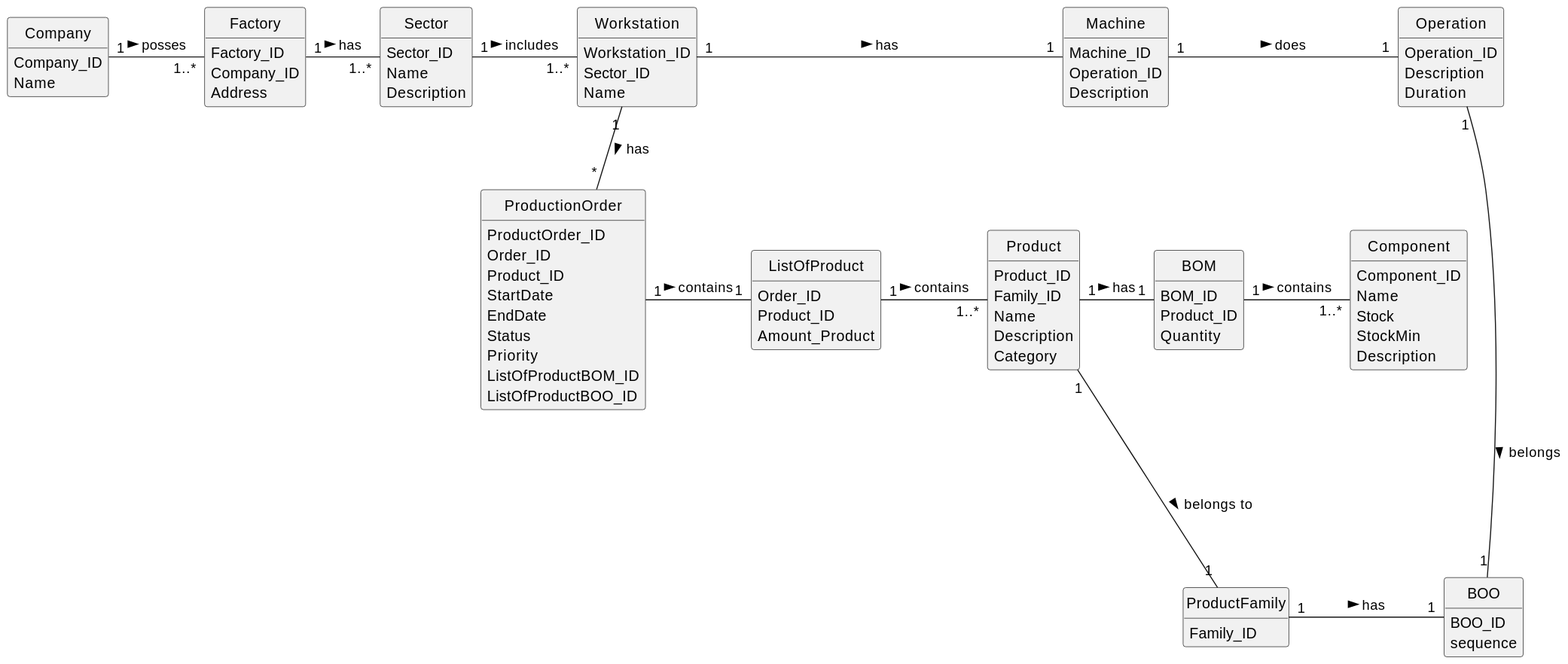
JorgeUbaldoR/sem3-25-pi-2024_25-G131 keeps this PlantUML diagram as documentation/sprint1/global-artifacts/02.analysis/svg/project-domain-model.svg. Above is the earlier version. Its diagram source:
```plantuml
@startuml
skinparam monochrome true
skinparam packageStyle rectangle
skinparam shadowing false
skinparam classAttributeIconSize 0
hide circle
hide methods

class ProductionOrder {
    ProductOrder_ID
    Order_ID
    Product_ID
    StartDate
    EndDate
    Status
    Priority
    ListOfProductBOM_ID
    ListOfProductBOO_ID
}

class ListOfProduct {
    Order_ID
    Product_ID
    Amount_Product
}

class Product {
    Product_ID
    Family_ID
    Name
    Description
    Category
}

class ProductFamily {
    Family_ID
}

class BOM {
    BOM_ID
    Product_ID
    Quantity
}

class Component {
    Component_ID
    Name
    Stock
    StockMin
    Description
}

class Operation {
    Operation_ID
    Description
    Duration
}

class Workstation {
    Workstation_ID
    Sector_ID
    Name
}

class Sector {
    Sector_ID
    Name
    Description
}

class BOO {
    BOO_ID
    sequence
}

class Machine{
    Machine_ID
    Operation_ID
    Description
}

class Company {
    Company_ID
    Name
}

Class Factory {
    Factory_ID
    Company_ID
    Address
}

Company "1" - "1..*" Factory : posses >
Factory "1" - "1..*" Sector: has >
Sector "1" - "1..*" Workstation: includes >
Workstation "1" - "1" Machine: has >
Machine "1" - "1" Operation: does >
Operation "1" ---- "1" BOO: belongs >
ProductFamily "1" - "1" BOO: has >
Product "1" --- "1" ProductFamily : belongs to >
Product "1" - "1" BOM : has >
ListOfProduct "1" - "1..*" Product : contains >
ProductionOrder "1" - "1" ListOfProduct : contains >
Workstation "1" -- "*" ProductionOrder: has >
BOM "1" - "1..*" Component : contains >
@enduml
```
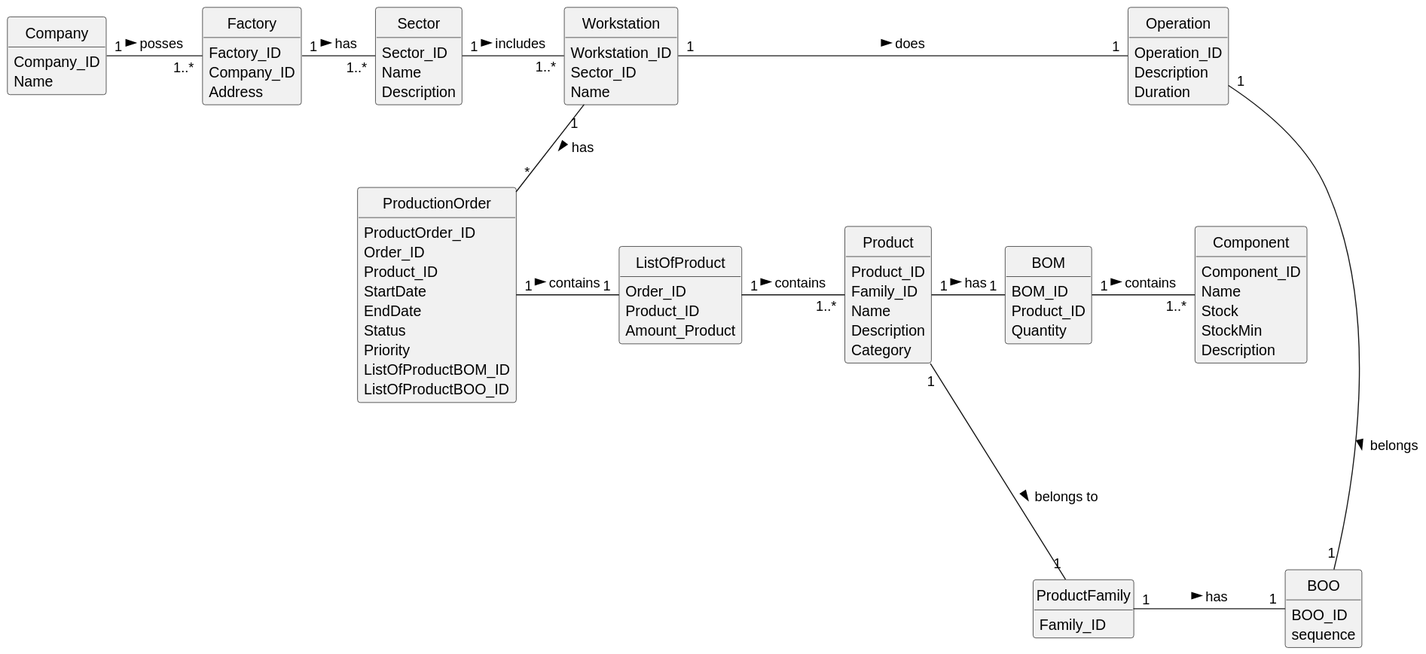
After the change.

Commit message:
USPL01 - Domain model update 3.0.0

Change to the diagram source:
```diff
@@ -73,12 +73,6 @@
     sequence
 }
 
-class Machine{
-    Machine_ID
-    Operation_ID
-    Description
-}
-
 class Company {
     Company_ID
     Name
@@ -93,8 +87,7 @@
 Company "1" - "1..*" Factory : posses >
 Factory "1" - "1..*" Sector: has >
 Sector "1" - "1..*" Workstation: includes >
-Workstation "1" - "1" Machine: has >
-Machine "1" - "1" Operation: does >
+Workstation "1" - "1" Operation: does >
 Operation "1" ---- "1" BOO: belongs >
 ProductFamily "1" - "1" BOO: has >
 Product "1" --- "1" ProductFamily : belongs to >
```
